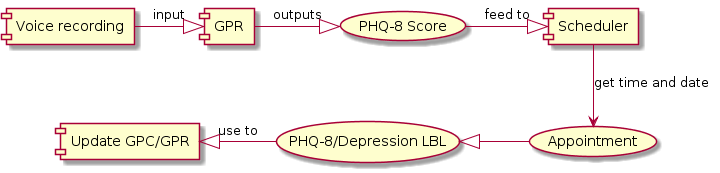
Earlier version of the PlantUML export report_part_2/images/appointment.png (chanjunweimy/CS4246_Project1_DepressionPrediction). Its diagram source:
```plantuml
@startuml
[Voice recording] -right-|> [GPR] : input
[GPR] -right-|> (PHQ-8 Score) : outputs
(PHQ-8 Score) -right-|> [Scheduler] : feed to
[Scheduler] --> (Appointment) : get time and date
(Appointment) -left-|> (PHQ-8/Depression LBL)
(PHQ-8/Depression LBL) -left-|> [Update GPC/GPR] : use to
@enduml
```
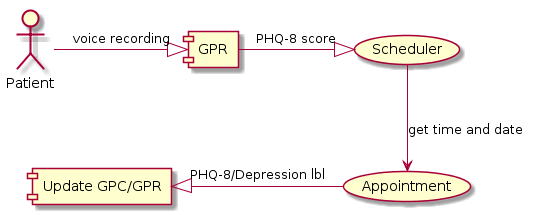
After the commit.

Commit message:
Fix diagram, spelling and format

The edit, as a diff of the source:
```diff
@@ -1,8 +1,6 @@
 @startuml
-[Voice recording] -right-|> [GPR] : input
-[GPR] -right-|> (PHQ-8 Score) : outputs
-(PHQ-8 Score) -right-|> [Scheduler] : feed to
+Patient -right-|> [GPR] : voice recording
+[GPR] -right-|> (Scheduler) : PHQ-8 score
 [Scheduler] --> (Appointment) : get time and date
-(Appointment) -left-|> (PHQ-8/Depression LBL)
-(PHQ-8/Depression LBL) -left-|> [Update GPC/GPR] : use to
+(Appointment) -left-|> [Update GPC/GPR] : PHQ-8/Depression lbl
 @enduml
```
